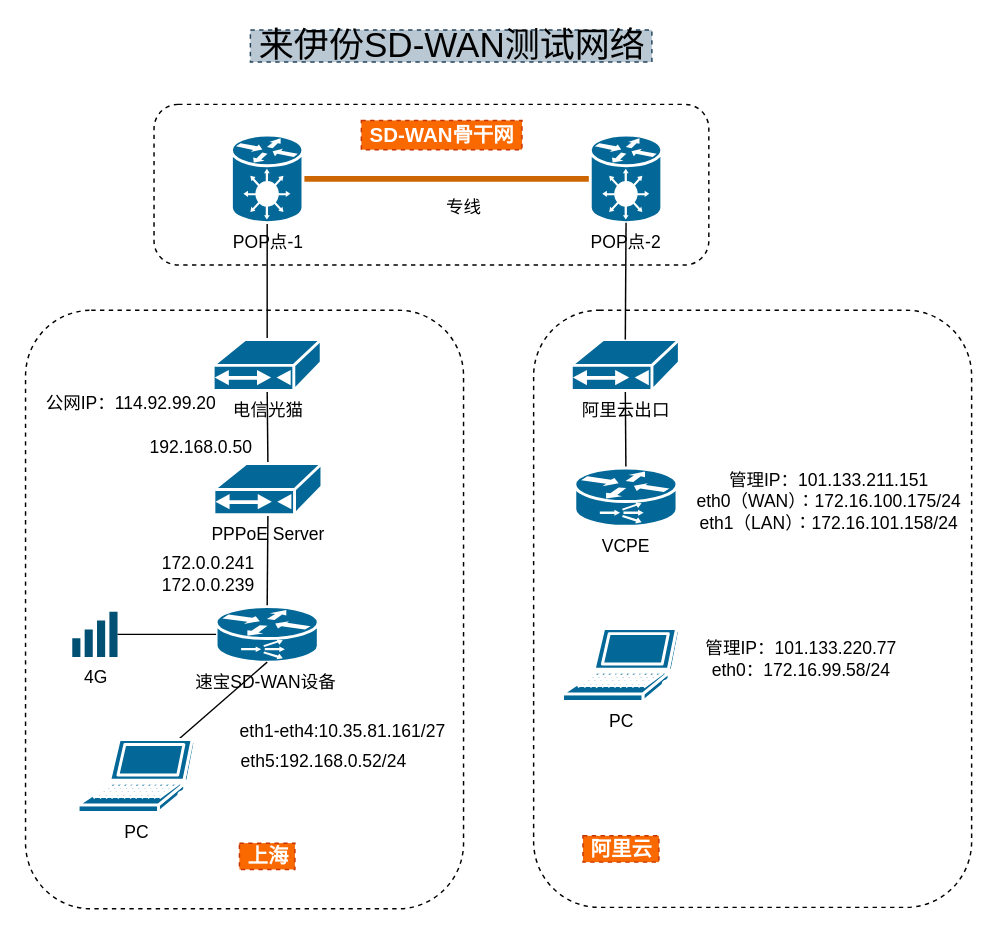
Before: net1-laiyifen.drawio in sinoco101/2020-cat, a draw.io diagram. Source tidied: cells renumbered, new cells numbered last; positions are measured from the earlier drawing's top-left corner, leaving out a move shared by most shapes. Both pictures are drawn from the tidied source at 146%, with x=0, y=0 at pixel (25, 29).
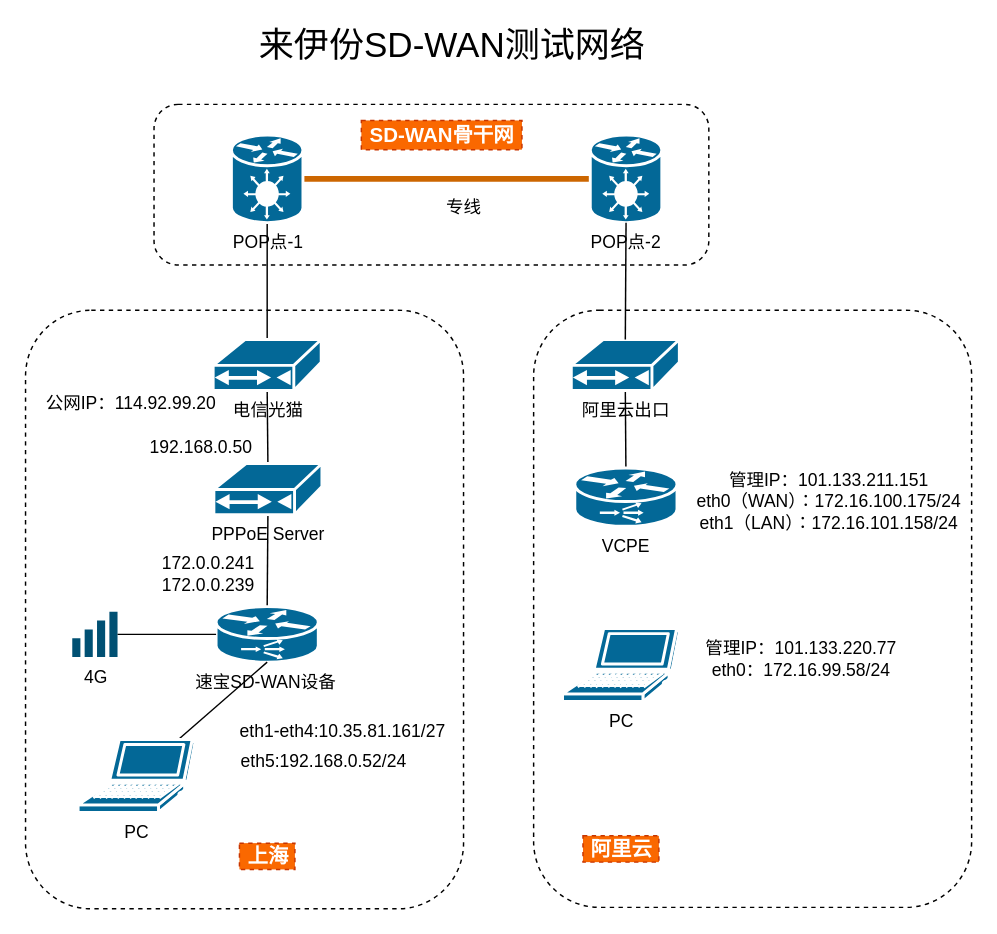
The same page after the edit.

What changed in the source:
```diff
@@
-    <mxCell id="37" value="&lt;font style=&quot;font-size: 24px ; font-weight: normal&quot;&gt;来伊份SD-WAN测试网络&lt;/font&gt;" style="text;html=1;align=center;verticalAlign=middle;fillColor=#bac8d3;strokeColor=#23445d;rounded=0;dashed=1;fontStyle=1;" parent="1" vertex="1">
+    <mxCell id="37" value="&lt;font style=&quot;font-size: 24px ; font-weight: normal&quot;&gt;来伊份SD-WAN测试网络&lt;/font&gt;" style="text;html=1;align=center;verticalAlign=middle;rounded=0;dashed=1;fontStyle=1;" parent="1" vertex="1">
       <mxGeometry x="154" width="275" height="22" as="geometry" />
     </mxCell>
```
